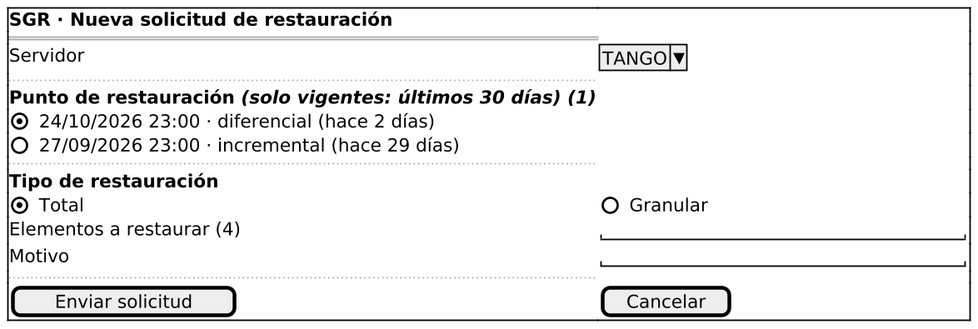
Before: prototipo/HU-014-p1-solicitud.png, a diagram exported from PlantUML (Julito-Art/ModelacionGruipo17).
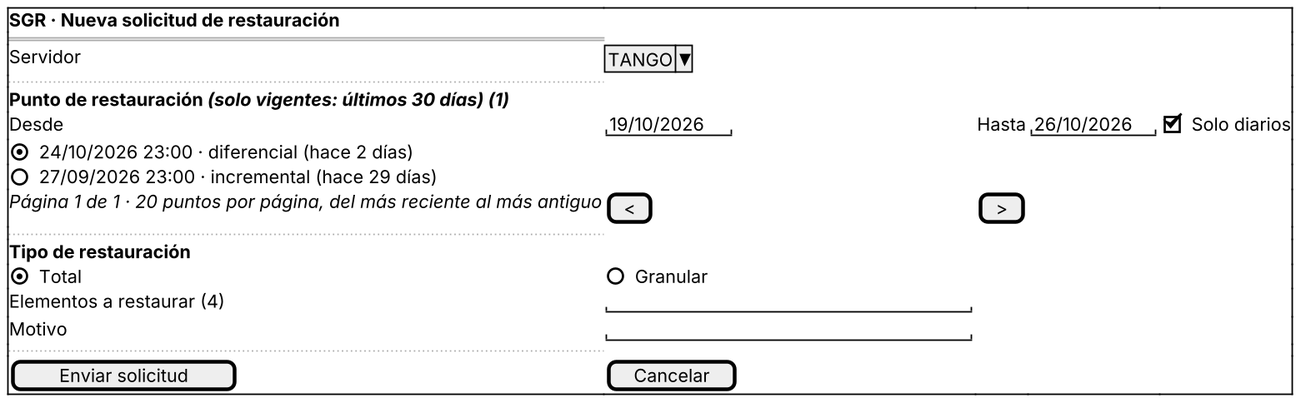
The same diagram one commit later.

Diff of the diagram source:
```diff
@@ -6,8 +6,10 @@
 Servidor | ^TANGO^
 ..
 <b>Punto de restauración <i>(solo vigentes: últimos 30 días) (1)
+Desde | "19/10/2026" | Hasta | "26/10/2026" | [X] Solo diarios
 (X) 24/10/2026 23:00 · diferencial (hace 2 días)
 ( ) 27/09/2026 23:00 · incremental (hace 29 días)
+<i>Página 1 de 1 · 20 puntos por página, del más reciente al más antiguo | [ < ] | [ > ]
 ..
 <b>Tipo de restauración
 (X) Total | ( ) Granular
```
